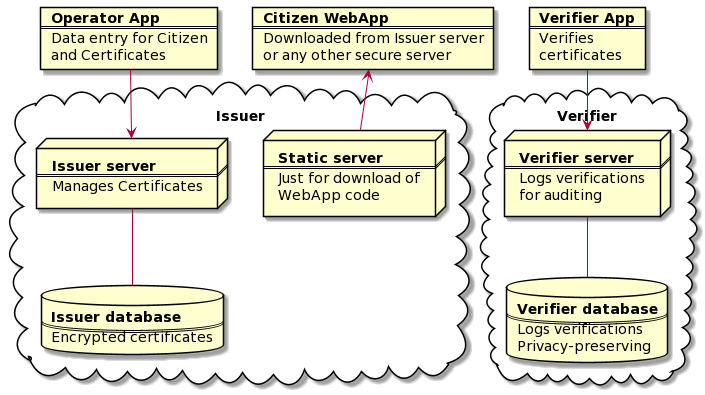
kemalbehram/SafeIsland keeps this PlantUML diagram as images/SafeIsland_Components.png. Above is the earlier version.
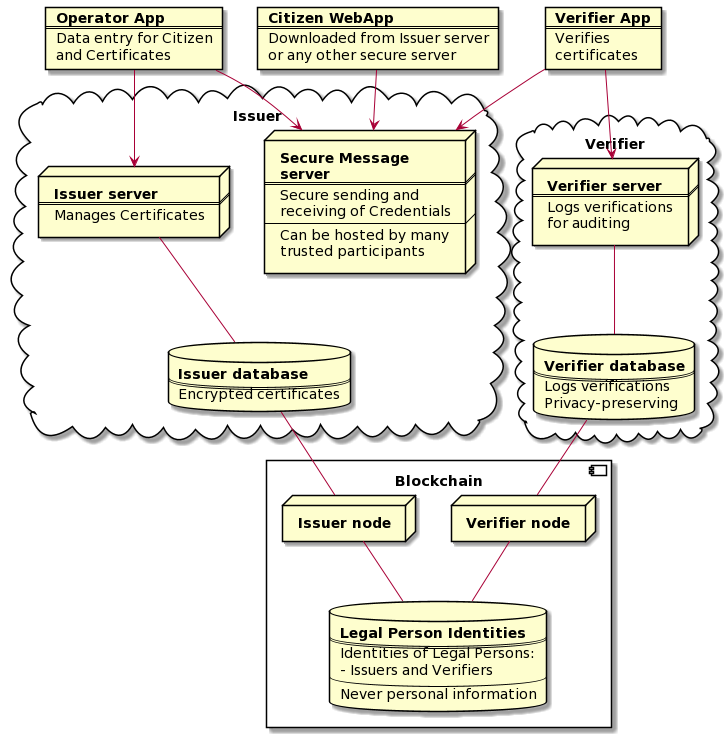
The same file after the commit.

Commit message:
Component diagram

The edit, as a diff of the source:
```diff
@@ -22,11 +22,15 @@
 
 cloud Issuer {
 
-  node StaticServer [
-    <b>Static server
+  node SecureMessageServer [
+    <b>Secure Message
+    <b>server
     ====
-    Just for download of
-    WebApp code
+    Secure sending and
+    receiving of Credentials
+    ---
+    Can be hosted by many
+    trusted participants
   ]
 
   node IssuerServer [
@@ -62,10 +66,39 @@
 
 }
 
+component Blockchain {
+
+  database Identities [
+    <b>Legal Person Identities
+    ====
+    Identities of Legal Persons:
+    - Issuers and Verifiers
+    ----
+    Never personal information
+  ]
+
+  node VerifierNode [
+    <b>Verifier node
+  ]
+
+  node IssuerNode [
+    <b>Issuer node
+  ]
+
+}
+
 OperatorApp --> IssuerServer
 IssuerServer -- IssuerDatabase
-CitizenApp <-- StaticServer
+OperatorApp --> SecureMessageServer
+CitizenApp --> SecureMessageServer
+VerifierApp --> SecureMessageServer
 
 VerifierApp --> VerifierServer
 VerifierServer -- VerifierDatabase
+
+IssuerDatabase -- IssuerNode
+VerifierDatabase -- VerifierNode
+
+IssuerNode -- Identities
+VerifierNode -- Identities
 @enduml
```
